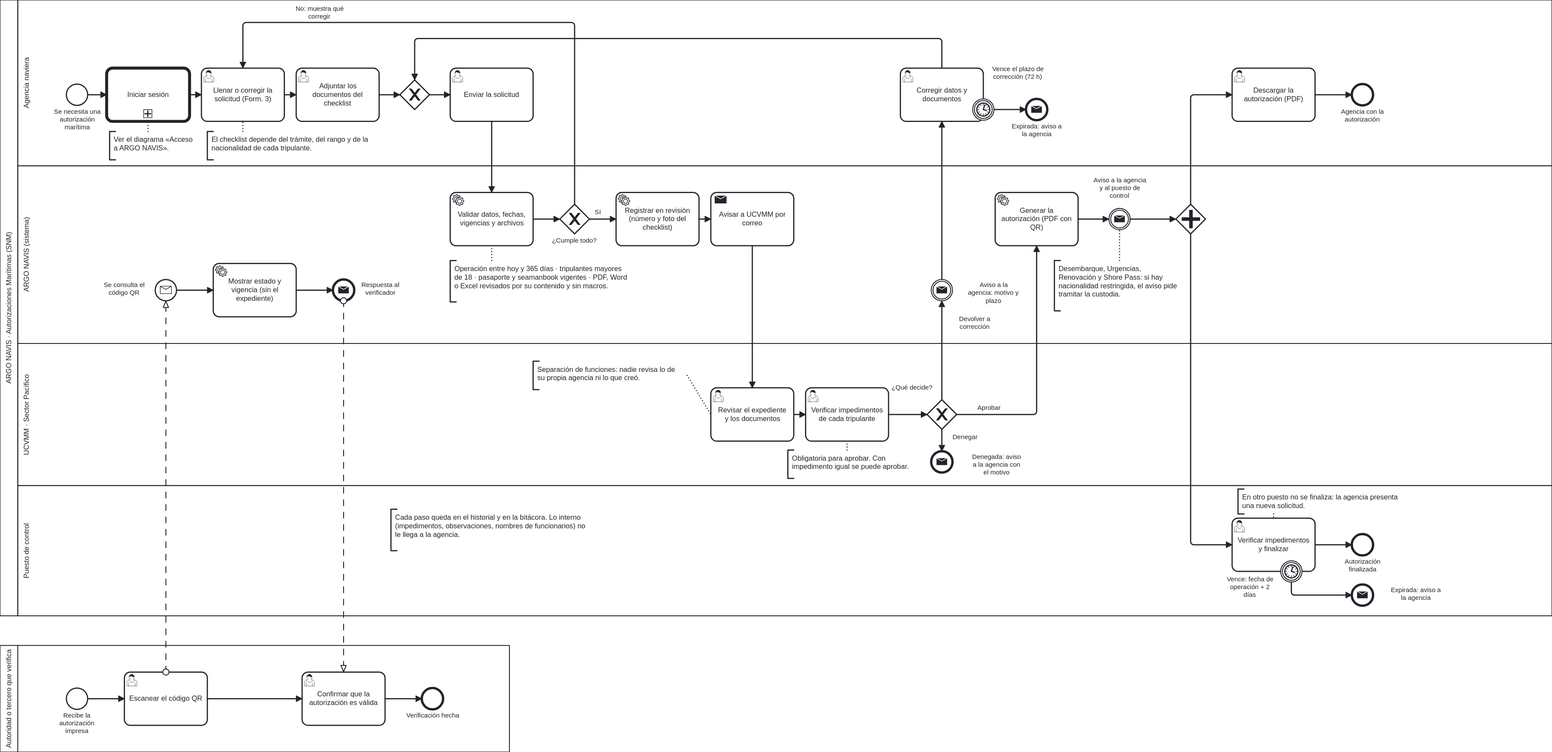
The BPMN diagram docs/bpmn/01-autorizacion-maritima.svg in rxppxc/ArgoNavis, before a commit. Its source is kept beside it as docs/bpmn/01-autorizacion-maritima.bpmn. Ids are renumbered.
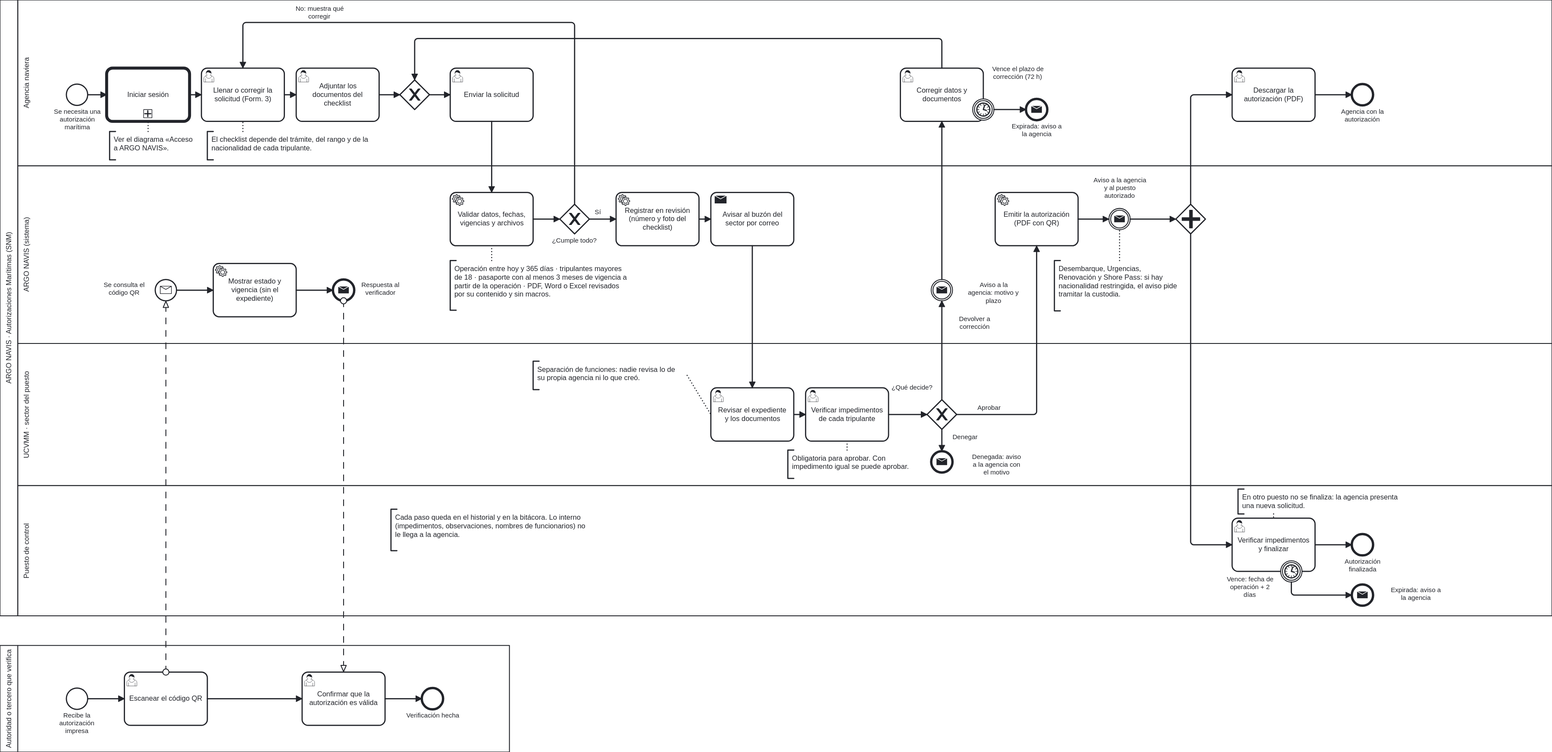
After the commit.

What changed in the source:
```diff
@@ -34,7 +34,7 @@
         <bpmn:flowNodeRef>MostrarEstado</bpmn:flowNodeRef>
         <bpmn:flowNodeRef>RespuestaQR</bpmn:flowNodeRef>
       </bpmn:lane>
-      <bpmn:lane id="Carril_UCVMM" name="UCVMM · Sector Pacífico">
+      <bpmn:lane id="Carril_UCVMM" name="UCVMM · sector del puesto">
         <bpmn:flowNodeRef>Revisar</bpmn:flowNodeRef>
         <bpmn:flowNodeRef>Impedimentos</bpmn:flowNodeRef>
         <bpmn:flowNodeRef>Decision</bpmn:flowNodeRef>
@@ -89,7 +89,7 @@
       <bpmn:incoming>Flujo_CumpleTodo_Registrar</bpmn:incoming>
       <bpmn:outgoing>Flujo_Registrar_AvisarUCVMM</bpmn:outgoing>
     </bpmn:serviceTask>
-    <bpmn:sendTask id="AvisarUCVMM" name="Avisar a UCVMM por correo">
+    <bpmn:sendTask id="AvisarUCVMM" name="Avisar al buzón del sector por correo">
       <bpmn:incoming>Flujo_Registrar_AvisarUCVMM</bpmn:incoming>
       <bpmn:outgoing>Flujo_AvisarUCVMM_Revisar</bpmn:outgoing>
     </bpmn:sendTask>
@@ -130,12 +130,12 @@
       <bpmn:incoming>Flujo_Decision_Denegada</bpmn:incoming>
       <bpmn:messageEventDefinition id="Def_Denegada" />
     </bpmn:endEvent>
-    <bpmn:serviceTask id="GenerarAutorizacion" name="Generar la autorización (PDF con QR)">
+    <bpmn:serviceTask id="GenerarAutorizacion" name="Emitir la autorización (PDF con QR)">
       <bpmn:documentation>Estado «Aprobada», vigente hasta la fecha de la operación + DIAS_GRACIA_FINALIZACION (si ya pasó, no se aprueba: se devuelve a corrección). El PDF dice «Aprobada por: UCVMM». La observación de aprobación es interna.</bpmn:documentation>
       <bpmn:incoming>Flujo_Decision_GenerarAutorizacion</bpmn:incoming>
       <bpmn:outgoing>Flujo_GenerarAutorizacion_AvisoAprobacion</bpmn:outgoing>
     </bpmn:serviceTask>
-    <bpmn:intermediateThrowEvent id="AvisoAprobacion" name="Aviso a la agencia y al puesto de control">
+    <bpmn:intermediateThrowEvent id="AvisoAprobacion" name="Aviso a la agencia y al puesto autorizado">
       <bpmn:incoming>Flujo_GenerarAutorizacion_AvisoAprobacion</bpmn:incoming>
       <bpmn:outgoing>Flujo_AvisoAprobacion_EnParalelo</bpmn:outgoing>
       <bpmn:messageEventDefinition id="Def_AvisoAprobacion" />
@@ -214,7 +214,7 @@
     <bpmn:association id="Asoc_Nota_Acceso" associationDirection="None" sourceRef="Nota_Acceso" targetRef="IniciarSesion" />
     <bpmn:textAnnotation id="Nota_Checklist"><bpmn:text>El checklist depende del trámite, del rango y de la nacionalidad de cada tripulante.</bpmn:text></bpmn:textAnnotation>
     <bpmn:association id="Asoc_Nota_Checklist" associationDirection="None" sourceRef="Nota_Checklist" targetRef="LlenarSolicitud" />
-    <bpmn:textAnnotation id="Nota_Validaciones"><bpmn:text>Operación entre hoy y 365 días · tripulantes mayores de 18 · pasaporte y seamanbook vigentes · PDF, Word o Excel revisados por su contenido y sin macros.</bpmn:text></bpmn:textAnnotation>
+    <bpmn:textAnnotation id="Nota_Validaciones"><bpmn:text>Operación entre hoy y 365 días · tripulantes mayores de 18 · pasaporte con al menos 3 meses de vigencia a partir de la operación · PDF, Word o Excel revisados por su contenido y sin macros.</bpmn:text></bpmn:textAnnotation>
     <bpmn:association id="Asoc_Nota_Validaciones" associationDirection="None" sourceRef="Nota_Validaciones" targetRef="Validar" />
     <bpmn:textAnnotation id="Nota_Separacion"><bpmn:text>Separación de funciones: nadie revisa lo de su propia agencia ni lo que creó.</bpmn:text></bpmn:textAnnotation>
     <bpmn:association id="Asoc_Nota_Separacion" associationDirection="None" sourceRef="Nota_Separacion" targetRef="Revisar" />
@@ -289,7 +289,7 @@
       <bpmndi:BPMNShape id="VerificacionHecha_di" bpmnElement="VerificacionHecha"><dc:Bounds x="812" y="1202" width="36" height="36" /><bpmndi:BPMNLabel><dc:Bounds x="775" y="1242" width="110" height="40" /></bpmndi:BPMNLabel></bpmndi:BPMNShape>
       <bpmndi:BPMNShape id="Nota_Acceso_di" bpmnElement="Nota_Acceso"><dc:Bounds x="285" y="262" width="155" height="48" /></bpmndi:BPMNShape>
       <bpmndi:BPMNShape id="Nota_Checklist_di" bpmnElement="Nota_Checklist"><dc:Bounds x="450" y="262" width="280" height="48" /></bpmndi:BPMNShape>
-      <bpmndi:BPMNShape id="Nota_Validaciones_di" bpmnElement="Nota_Validaciones"><dc:Bounds x="860" y="480" width="310" height="70" /></bpmndi:BPMNShape>
+      <bpmndi:BPMNShape id="Nota_Validaciones_di" bpmnElement="Nota_Validaciones"><dc:Bounds x="860" y="480" width="310" height="84" /></bpmndi:BPMNShape>
       <bpmndi:BPMNShape id="Nota_Separacion_di" bpmnElement="Nota_Separacion"><dc:Bounds x="1000" y="650" width="260" height="48" /></bpmndi:BPMNShape>
       <bpmndi:BPMNShape id="Nota_Impedimentos_di" bpmnElement="Nota_Impedimentos"><dc:Bounds x="1430" y="800" width="230" height="48" /></bpmndi:BPMNShape>
       <bpmndi:BPMNShape id="Nota_Custodia_di" bpmnElement="Nota_Custodia"><dc:Bounds x="1880" y="480" width="215" height="85" /></bpmndi:BPMNShape>
```
